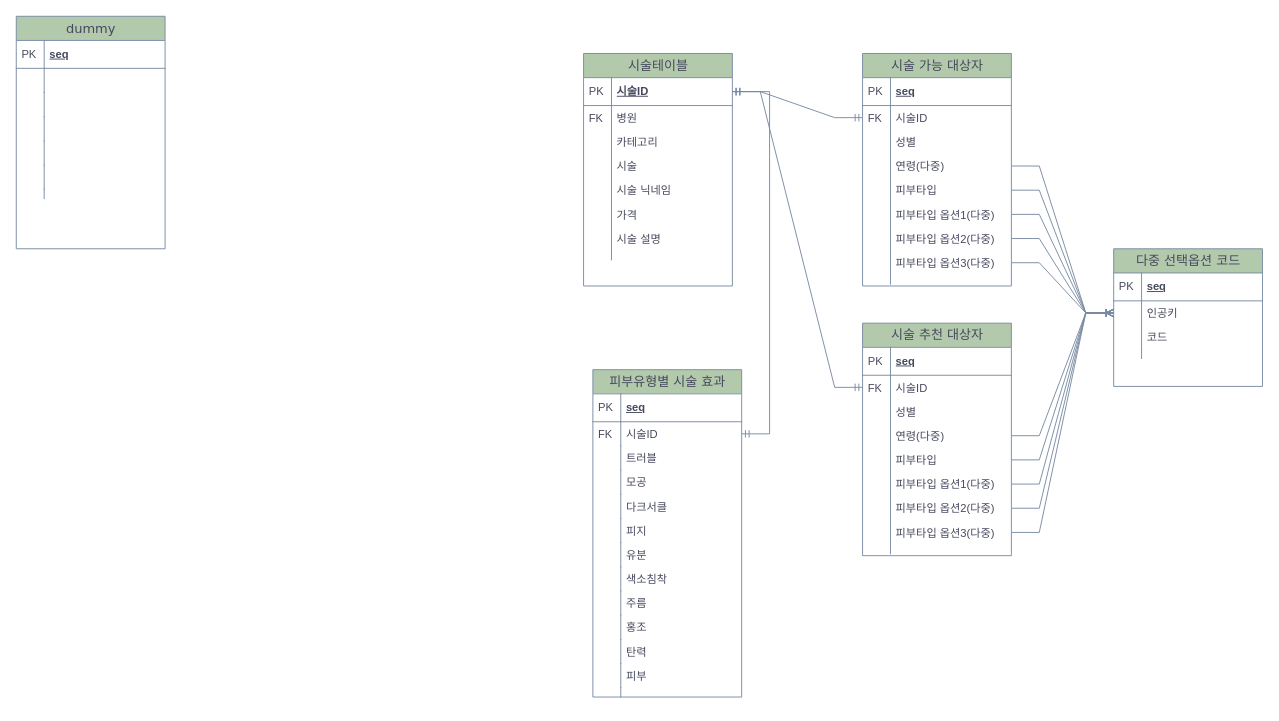
Before: 제목 없는 다이어그램.drawio in minkyu1128/DomainDesign, a draw.io diagram. Source tidied: cells renumbered, new cells numbered last; positions are measured from the earlier drawing's top-left corner, leaving out a move shared by most shapes. Both pictures are drawn from the tidied source at 93%, with x=0, y=0 at pixel (16, 16).
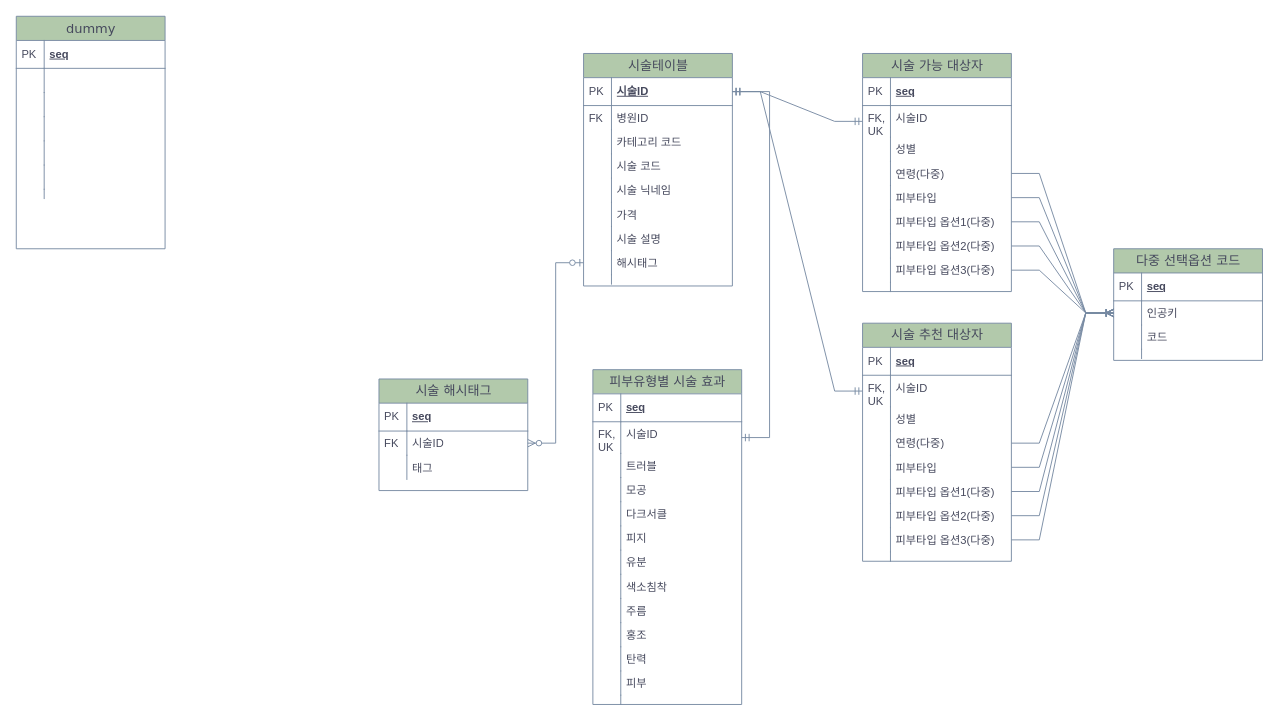
After the change.

Commit message (it also covers changes not shown here):
제목 없는 다이어그램.drawio 업데이트

The change refers to these unchanged cells:
```xml
<mxCell id="82" value="시술테이블" style="swimlane;html=1;fontStyle=0;horizontal=1;startSize=26;fillColor=#B2C9AB;swimlaneFillColor=#ffffff;align=center;rounded=0;shadow=0;comic=0;labelBackgroundColor=none;strokeWidth=1;fontFamily=Verdana;fontSize=14;strokeColor=#788AA3;fontColor=#46495D;" parent="1" vertex="1">
  <mxGeometry x="610" y="40" width="160" height="250" as="geometry" />
</mxCell>
```

What changed in the source:
```diff
@@
     <mxCell id="2" value="시술 가능 대상자" style="swimlane;html=1;fontStyle=0;horizontal=1;startSize=26;fillColor=#B2C9AB;swimlaneFillColor=#ffffff;align=center;rounded=0;shadow=0;comic=0;labelBackgroundColor=none;strokeWidth=1;fontFamily=Verdana;fontSize=14;strokeColor=#788AA3;fontColor=#46495D;" parent="1" vertex="1">
-      <mxGeometry x="910" y="40" width="160" height="250" as="geometry" />
+      <mxGeometry x="910" y="40" width="160" height="256" as="geometry" />
     </mxCell>
@@
     <mxCell id="5" value="시술ID" style="shape=partialRectangle;top=0;left=0;right=0;bottom=0;html=1;align=left;verticalAlign=top;fillColor=none;spacingLeft=34;spacingRight=4;whiteSpace=wrap;overflow=hidden;points=[[0,0.5],[1,0.5]];portConstraint=eastwest;labelBackgroundColor=none;strokeColor=#788AA3;fontColor=#46495D;" parent="2" vertex="1">
-      <mxGeometry y="56" width="160" height="26" as="geometry" />
+      <mxGeometry y="56" width="160" height="34" as="geometry" />
     </mxCell>
-    <mxCell id="6" value="FK" style="shape=partialRectangle;top=0;left=0;bottom=0;html=1;fillColor=none;align=left;verticalAlign=top;spacingLeft=4;spacingRight=4;whiteSpace=wrap;overflow=hidden;labelBackgroundColor=none;strokeColor=#788AA3;fontColor=#46495D;" parent="5" vertex="1">
-      <mxGeometry width="30" height="26" as="geometry" />
+    <mxCell id="6" value="FK, UK" style="shape=partialRectangle;top=0;left=0;bottom=0;html=1;fillColor=none;align=left;verticalAlign=top;spacingLeft=4;spacingRight=4;whiteSpace=wrap;overflow=hidden;labelBackgroundColor=none;strokeColor=#788AA3;fontColor=#46495D;" parent="5" vertex="1">
+      <mxGeometry width="30" height="34" as="geometry" />
     </mxCell>
     <mxCell id="7" value="성별" style="shape=partialRectangle;top=0;left=0;right=0;bottom=0;html=1;align=left;verticalAlign=top;fillColor=none;spacingLeft=34;spacingRight=4;whiteSpace=wrap;overflow=hidden;labelBackgroundColor=none;strokeColor=#788AA3;fontColor=#46495D;" parent="2" vertex="1">
-      <mxGeometry y="82" width="160" height="26" as="geometry" />
+      <mxGeometry y="90" width="160" height="26" as="geometry" />
     </mxCell>
@@
     <mxCell id="9" value="연령(다중)" style="shape=partialRectangle;top=0;left=0;right=0;bottom=0;html=1;align=left;verticalAlign=top;fillColor=none;spacingLeft=34;spacingRight=4;whiteSpace=wrap;overflow=hidden;points=[[0,0.5],[1,0.5]];portConstraint=eastwest;labelBackgroundColor=none;strokeColor=#788AA3;fontColor=#46495D;" parent="2" vertex="1">
-      <mxGeometry y="108" width="160" height="26" as="geometry" />
+      <mxGeometry y="116" width="160" height="26" as="geometry" />
     </mxCell>
@@
     <mxCell id="11" value="피부타입" style="shape=partialRectangle;top=0;left=0;right=0;bottom=0;html=1;align=left;verticalAlign=top;fillColor=none;spacingLeft=34;spacingRight=4;whiteSpace=wrap;overflow=hidden;points=[[0,0.5],[1,0.5]];portConstraint=eastwest;labelBackgroundColor=none;strokeColor=#788AA3;fontColor=#46495D;" parent="2" vertex="1">
-      <mxGeometry y="134" width="160" height="26" as="geometry" />
+      <mxGeometry y="142" width="160" height="26" as="geometry" />
     </mxCell>
@@
     <mxCell id="13" value="피부타입 옵션1(다중)" style="shape=partialRectangle;top=0;left=0;right=0;bottom=0;html=1;align=left;verticalAlign=top;fillColor=none;spacingLeft=34;spacingRight=4;whiteSpace=wrap;overflow=hidden;points=[[0,0.5],[1,0.5]];portConstraint=eastwest;labelBackgroundColor=none;strokeColor=#788AA3;fontColor=#46495D;" parent="2" vertex="1">
-      <mxGeometry y="160" width="160" height="26" as="geometry" />
+      <mxGeometry y="168" width="160" height="26" as="geometry" />
     </mxCell>
@@
     <mxCell id="15" value="피부타입 옵션2(다중)" style="shape=partialRectangle;top=0;left=0;right=0;bottom=0;html=1;align=left;verticalAlign=top;fillColor=none;spacingLeft=34;spacingRight=4;whiteSpace=wrap;overflow=hidden;points=[[0,0.5],[1,0.5]];portConstraint=eastwest;labelBackgroundColor=none;strokeColor=#788AA3;fontColor=#46495D;" parent="2" vertex="1">
-      <mxGeometry y="186" width="160" height="26" as="geometry" />
+      <mxGeometry y="194" width="160" height="26" as="geometry" />
     </mxCell>
@@
     <mxCell id="17" value="피부타입 옵션3(다중)" style="shape=partialRectangle;top=0;left=0;right=0;bottom=0;html=1;align=left;verticalAlign=top;fillColor=none;spacingLeft=34;spacingRight=4;whiteSpace=wrap;overflow=hidden;points=[[0,0.5],[1,0.5]];portConstraint=eastwest;labelBackgroundColor=none;strokeColor=#788AA3;fontColor=#46495D;" parent="2" vertex="1">
-      <mxGeometry y="212" width="160" height="26" as="geometry" />
+      <mxGeometry y="220" width="160" height="26" as="geometry" />
     </mxCell>
@@
     <mxCell id="19" style="shape=partialRectangle;top=0;left=0;right=0;bottom=0;html=1;align=left;verticalAlign=top;fillColor=none;spacingLeft=34;spacingRight=4;whiteSpace=wrap;overflow=hidden;labelBackgroundColor=none;strokeColor=#788AA3;fontColor=#46495D;" parent="2" vertex="1">
-      <mxGeometry y="238" width="160" height="10" as="geometry" />
+      <mxGeometry y="246" width="160" height="10" as="geometry" />
     </mxCell>
@@
     <mxCell id="21" value="시술 추천 대상자" style="swimlane;html=1;fontStyle=0;horizontal=1;startSize=26;fillColor=#B2C9AB;swimlaneFillColor=#ffffff;align=center;rounded=0;shadow=0;comic=0;labelBackgroundColor=none;strokeWidth=1;fontFamily=Verdana;fontSize=14;strokeColor=#788AA3;fontColor=#46495D;" parent="1" vertex="1">
-      <mxGeometry x="910" y="330" width="160" height="250" as="geometry" />
+      <mxGeometry x="910" y="330" width="160" height="256" as="geometry" />
     </mxCell>
@@
     <mxCell id="24" value="시술ID" style="shape=partialRectangle;top=0;left=0;right=0;bottom=0;html=1;align=left;verticalAlign=top;fillColor=none;spacingLeft=34;spacingRight=4;whiteSpace=wrap;overflow=hidden;points=[[0,0.5],[1,0.5]];portConstraint=eastwest;labelBackgroundColor=none;strokeColor=#788AA3;fontColor=#46495D;" parent="21" vertex="1">
-      <mxGeometry y="56" width="160" height="26" as="geometry" />
+      <mxGeometry y="56" width="160" height="34" as="geometry" />
     </mxCell>
-    <mxCell id="25" value="FK" style="shape=partialRectangle;top=0;left=0;bottom=0;html=1;fillColor=none;align=left;verticalAlign=top;spacingLeft=4;spacingRight=4;whiteSpace=wrap;overflow=hidden;labelBackgroundColor=none;strokeColor=#788AA3;fontColor=#46495D;" parent="24" vertex="1">
-      <mxGeometry width="30" height="26" as="geometry" />
+    <mxCell id="25" value="FK, UK" style="shape=partialRectangle;top=0;left=0;bottom=0;html=1;fillColor=none;align=left;verticalAlign=top;spacingLeft=4;spacingRight=4;whiteSpace=wrap;overflow=hidden;labelBackgroundColor=none;strokeColor=#788AA3;fontColor=#46495D;" parent="24" vertex="1">
+      <mxGeometry width="30" height="34" as="geometry" />
     </mxCell>
     <mxCell id="26" value="성별" style="shape=partialRectangle;top=0;left=0;right=0;bottom=0;html=1;align=left;verticalAlign=top;fillColor=none;spacingLeft=34;spacingRight=4;whiteSpace=wrap;overflow=hidden;labelBackgroundColor=none;strokeColor=#788AA3;fontColor=#46495D;" parent="21" vertex="1">
-      <mxGeometry y="82" width="160" height="26" as="geometry" />
+      <mxGeometry y="90" width="160" height="26" as="geometry" />
     </mxCell>
@@
     <mxCell id="28" value="연령(다중)" style="shape=partialRectangle;top=0;left=0;right=0;bottom=0;html=1;align=left;verticalAlign=top;fillColor=none;spacingLeft=34;spacingRight=4;whiteSpace=wrap;overflow=hidden;points=[[0,0.5],[1,0.5]];portConstraint=eastwest;labelBackgroundColor=none;strokeColor=#788AA3;fontColor=#46495D;" parent="21" vertex="1">
-      <mxGeometry y="108" width="160" height="26" as="geometry" />
+      <mxGeometry y="116" width="160" height="26" as="geometry" />
     </mxCell>
@@
     <mxCell id="30" value="피부타입" style="shape=partialRectangle;top=0;left=0;right=0;bottom=0;html=1;align=left;verticalAlign=top;fillColor=none;spacingLeft=34;spacingRight=4;whiteSpace=wrap;overflow=hidden;points=[[0,0.5],[1,0.5]];portConstraint=eastwest;labelBackgroundColor=none;strokeColor=#788AA3;fontColor=#46495D;" parent="21" vertex="1">
-      <mxGeometry y="134" width="160" height="26" as="geometry" />
+      <mxGeometry y="142" width="160" height="26" as="geometry" />
     </mxCell>
@@
     <mxCell id="32" value="피부타입 옵션1(다중)" style="shape=partialRectangle;top=0;left=0;right=0;bottom=0;html=1;align=left;verticalAlign=top;fillColor=none;spacingLeft=34;spacingRight=4;whiteSpace=wrap;overflow=hidden;points=[[0,0.5],[1,0.5]];portConstraint=eastwest;labelBackgroundColor=none;strokeColor=#788AA3;fontColor=#46495D;" parent="21" vertex="1">
-      <mxGeometry y="160" width="160" height="26" as="geometry" />
+      <mxGeometry y="168" width="160" height="26" as="geometry" />
     </mxCell>
@@
     <mxCell id="34" value="피부타입 옵션2(다중)" style="shape=partialRectangle;top=0;left=0;right=0;bottom=0;html=1;align=left;verticalAlign=top;fillColor=none;spacingLeft=34;spacingRight=4;whiteSpace=wrap;overflow=hidden;points=[[0,0.5],[1,0.5]];portConstraint=eastwest;labelBackgroundColor=none;strokeColor=#788AA3;fontColor=#46495D;" parent="21" vertex="1">
-      <mxGeometry y="186" width="160" height="26" as="geometry" />
+      <mxGeometry y="194" width="160" height="26" as="geometry" />
     </mxCell>
@@
     <mxCell id="36" value="피부타입 옵션3(다중)" style="shape=partialRectangle;top=0;left=0;right=0;bottom=0;html=1;align=left;verticalAlign=top;fillColor=none;spacingLeft=34;spacingRight=4;whiteSpace=wrap;overflow=hidden;points=[[0,0.5],[1,0.5]];portConstraint=eastwest;labelBackgroundColor=none;strokeColor=#788AA3;fontColor=#46495D;" parent="21" vertex="1">
-      <mxGeometry y="212" width="160" height="26" as="geometry" />
+      <mxGeometry y="220" width="160" height="26" as="geometry" />
     </mxCell>
@@
     <mxCell id="38" style="shape=partialRectangle;top=0;left=0;right=0;bottom=0;html=1;align=left;verticalAlign=top;fillColor=none;spacingLeft=34;spacingRight=4;whiteSpace=wrap;overflow=hidden;labelBackgroundColor=none;strokeColor=#788AA3;fontColor=#46495D;" parent="21" vertex="1">
-      <mxGeometry y="238" width="160" height="10" as="geometry" />
+      <mxGeometry y="246" width="160" height="10" as="geometry" />
     </mxCell>
@@
     <mxCell id="40" value="피부유형별 시술 효과" style="swimlane;html=1;fontStyle=0;horizontal=1;startSize=26;fillColor=#B2C9AB;swimlaneFillColor=#ffffff;align=center;rounded=0;shadow=0;comic=0;labelBackgroundColor=none;strokeWidth=1;fontFamily=Verdana;fontSize=14;strokeColor=#788AA3;fontColor=#46495D;" parent="1" vertex="1">
-      <mxGeometry x="620" y="380" width="160" height="352" as="geometry" />
+      <mxGeometry x="620" y="380" width="160" height="360" as="geometry" />
     </mxCell>
@@
     <mxCell id="43" value="시술ID" style="shape=partialRectangle;top=0;left=0;right=0;bottom=0;html=1;align=left;verticalAlign=top;fillColor=none;spacingLeft=34;spacingRight=4;whiteSpace=wrap;overflow=hidden;points=[[0,0.5],[1,0.5]];portConstraint=eastwest;labelBackgroundColor=none;strokeColor=#788AA3;fontColor=#46495D;" parent="40" vertex="1">
-      <mxGeometry y="56" width="160" height="26" as="geometry" />
+      <mxGeometry y="56" width="160" height="34" as="geometry" />
     </mxCell>
-    <mxCell id="44" value="FK" style="shape=partialRectangle;top=0;left=0;bottom=0;html=1;fillColor=none;align=left;verticalAlign=top;spacingLeft=4;spacingRight=4;whiteSpace=wrap;overflow=hidden;labelBackgroundColor=none;strokeColor=#788AA3;fontColor=#46495D;" parent="43" vertex="1">
-      <mxGeometry width="30" height="26" as="geometry" />
+    <mxCell id="44" value="FK, UK" style="shape=partialRectangle;top=0;left=0;bottom=0;html=1;fillColor=none;align=left;verticalAlign=top;spacingLeft=4;spacingRight=4;whiteSpace=wrap;overflow=hidden;labelBackgroundColor=none;strokeColor=#788AA3;fontColor=#46495D;" parent="43" vertex="1">
+      <mxGeometry width="30" height="34" as="geometry" />
     </mxCell>
     <mxCell id="45" value="트러블" style="shape=partialRectangle;top=0;left=0;right=0;bottom=0;html=1;align=left;verticalAlign=top;fillColor=none;spacingLeft=34;spacingRight=4;whiteSpace=wrap;overflow=hidden;labelBackgroundColor=none;strokeColor=#788AA3;fontColor=#46495D;" parent="40" vertex="1">
-      <mxGeometry y="82" width="160" height="26" as="geometry" />
+      <mxGeometry y="90" width="160" height="26" as="geometry" />
     </mxCell>
@@
     <mxCell id="47" value="모공&amp;nbsp;" style="shape=partialRectangle;top=0;left=0;right=0;bottom=0;html=1;align=left;verticalAlign=top;fillColor=none;spacingLeft=34;spacingRight=4;whiteSpace=wrap;overflow=hidden;labelBackgroundColor=none;strokeColor=#788AA3;fontColor=#46495D;" parent="40" vertex="1">
-      <mxGeometry y="108" width="160" height="26" as="geometry" />
+      <mxGeometry y="116" width="160" height="26" as="geometry" />
     </mxCell>
@@
     <mxCell id="49" value="다크서클" style="shape=partialRectangle;top=0;left=0;right=0;bottom=0;html=1;align=left;verticalAlign=top;fillColor=none;spacingLeft=34;spacingRight=4;whiteSpace=wrap;overflow=hidden;labelBackgroundColor=none;strokeColor=#788AA3;fontColor=#46495D;" parent="40" vertex="1">
-      <mxGeometry y="134" width="160" height="26" as="geometry" />
+      <mxGeometry y="142" width="160" height="26" as="geometry" />
     </mxCell>
@@
     <mxCell id="51" value="피지" style="shape=partialRectangle;top=0;left=0;right=0;bottom=0;html=1;align=left;verticalAlign=top;fillColor=none;spacingLeft=34;spacingRight=4;whiteSpace=wrap;overflow=hidden;labelBackgroundColor=none;strokeColor=#788AA3;fontColor=#46495D;" parent="40" vertex="1">
-      <mxGeometry y="160" width="160" height="26" as="geometry" />
+      <mxGeometry y="168" width="160" height="26" as="geometry" />
     </mxCell>
@@
     <mxCell id="53" value="유분" style="shape=partialRectangle;top=0;left=0;right=0;bottom=0;html=1;align=left;verticalAlign=top;fillColor=none;spacingLeft=34;spacingRight=4;whiteSpace=wrap;overflow=hidden;labelBackgroundColor=none;strokeColor=#788AA3;fontColor=#46495D;" parent="40" vertex="1">
-      <mxGeometry y="186" width="160" height="26" as="geometry" />
+      <mxGeometry y="194" width="160" height="26" as="geometry" />
     </mxCell>
@@
     <mxCell id="55" value="색소침착" style="shape=partialRectangle;top=0;left=0;right=0;bottom=0;html=1;align=left;verticalAlign=top;fillColor=none;spacingLeft=34;spacingRight=4;whiteSpace=wrap;overflow=hidden;labelBackgroundColor=none;strokeColor=#788AA3;fontColor=#46495D;" parent="40" vertex="1">
-      <mxGeometry y="212" width="160" height="26" as="geometry" />
+      <mxGeometry y="220" width="160" height="26" as="geometry" />
     </mxCell>
@@
     <mxCell id="57" value="주름" style="shape=partialRectangle;top=0;left=0;right=0;bottom=0;html=1;align=left;verticalAlign=top;fillColor=none;spacingLeft=34;spacingRight=4;whiteSpace=wrap;overflow=hidden;labelBackgroundColor=none;strokeColor=#788AA3;fontColor=#46495D;" parent="40" vertex="1">
-      <mxGeometry y="238" width="160" height="26" as="geometry" />
+      <mxGeometry y="246" width="160" height="26" as="geometry" />
     </mxCell>
@@
     <mxCell id="59" value="홍조" style="shape=partialRectangle;top=0;left=0;right=0;bottom=0;html=1;align=left;verticalAlign=top;fillColor=none;spacingLeft=34;spacingRight=4;whiteSpace=wrap;overflow=hidden;labelBackgroundColor=none;strokeColor=#788AA3;fontColor=#46495D;" parent="40" vertex="1">
-      <mxGeometry y="264" width="160" height="26" as="geometry" />
+      <mxGeometry y="272" width="160" height="26" as="geometry" />
     </mxCell>
@@
     <mxCell id="61" value="탄력" style="shape=partialRectangle;top=0;left=0;right=0;bottom=0;html=1;align=left;verticalAlign=top;fillColor=none;spacingLeft=34;spacingRight=4;whiteSpace=wrap;overflow=hidden;labelBackgroundColor=none;strokeColor=#788AA3;fontColor=#46495D;" parent="40" vertex="1">
-      <mxGeometry y="290" width="160" height="26" as="geometry" />
+      <mxGeometry y="298" width="160" height="26" as="geometry" />
     </mxCell>
@@
     <mxCell id="63" value="피부" style="shape=partialRectangle;top=0;left=0;right=0;bottom=0;html=1;align=left;verticalAlign=top;fillColor=none;spacingLeft=34;spacingRight=4;whiteSpace=wrap;overflow=hidden;labelBackgroundColor=none;strokeColor=#788AA3;fontColor=#46495D;" parent="40" vertex="1">
-      <mxGeometry y="316" width="160" height="26" as="geometry" />
+      <mxGeometry y="324" width="160" height="26" as="geometry" />
     </mxCell>
@@
     <mxCell id="65" style="shape=partialRectangle;top=0;left=0;right=0;bottom=0;html=1;align=left;verticalAlign=top;fillColor=none;spacingLeft=34;spacingRight=4;whiteSpace=wrap;overflow=hidden;labelBackgroundColor=none;strokeColor=#788AA3;fontColor=#46495D;" parent="40" vertex="1">
-      <mxGeometry y="342" width="160" height="10" as="geometry" />
+      <mxGeometry y="350" width="160" height="10" as="geometry" />
     </mxCell>
@@
-    <mxCell id="85" value="병원" style="shape=partialRectangle;top=0;left=0;right=0;bottom=0;html=1;align=left;verticalAlign=top;fillColor=none;spacingLeft=34;spacingRight=4;whiteSpace=wrap;overflow=hidden;labelBackgroundColor=none;strokeColor=#788AA3;fontColor=#46495D;" parent="82" vertex="1">
+    <mxCell id="85" value="병원ID" style="shape=partialRectangle;top=0;left=0;right=0;bottom=0;html=1;align=left;verticalAlign=top;fillColor=none;spacingLeft=34;spacingRight=4;whiteSpace=wrap;overflow=hidden;labelBackgroundColor=none;strokeColor=#788AA3;fontColor=#46495D;" parent="82" vertex="1">
       <mxGeometry y="56" width="160" height="26" as="geometry" />
     </mxCell>
@@
-    <mxCell id="87" value="카테고리" style="shape=partialRectangle;top=0;left=0;right=0;bottom=0;html=1;align=left;verticalAlign=top;fillColor=none;spacingLeft=34;spacingRight=4;whiteSpace=wrap;overflow=hidden;labelBackgroundColor=none;strokeColor=#788AA3;fontColor=#46495D;" parent="82" vertex="1">
+    <mxCell id="87" value="카테고리 코드" style="shape=partialRectangle;top=0;left=0;right=0;bottom=0;html=1;align=left;verticalAlign=top;fillColor=none;spacingLeft=34;spacingRight=4;whiteSpace=wrap;overflow=hidden;labelBackgroundColor=none;strokeColor=#788AA3;fontColor=#46495D;" parent="82" vertex="1">
       <mxGeometry y="82" width="160" height="26" as="geometry" />
     </mxCell>
@@
-    <mxCell id="89" value="시술" style="shape=partialRectangle;top=0;left=0;right=0;bottom=0;html=1;align=left;verticalAlign=top;fillColor=none;spacingLeft=34;spacingRight=4;whiteSpace=wrap;overflow=hidden;labelBackgroundColor=none;strokeColor=#788AA3;fontColor=#46495D;" parent="82" vertex="1">
+    <mxCell id="89" value="시술 코드" style="shape=partialRectangle;top=0;left=0;right=0;bottom=0;html=1;align=left;verticalAlign=top;fillColor=none;spacingLeft=34;spacingRight=4;whiteSpace=wrap;overflow=hidden;labelBackgroundColor=none;strokeColor=#788AA3;fontColor=#46495D;" parent="82" vertex="1">
       <mxGeometry y="108" width="160" height="26" as="geometry" />
     </mxCell>
@@
+    <mxCell id="121" value="해시태그" style="shape=partialRectangle;top=0;left=0;right=0;bottom=0;html=1;align=left;verticalAlign=top;fillColor=none;spacingLeft=34;spacingRight=4;whiteSpace=wrap;overflow=hidden;points=[[0,0.5],[1,0.5]];portConstraint=eastwest;labelBackgroundColor=none;strokeColor=#788AA3;fontColor=#46495D;" parent="82" vertex="1">
+      <mxGeometry y="212" width="160" height="26" as="geometry" />
+    </mxCell>
+    <mxCell id="122" style="shape=partialRectangle;top=0;left=0;bottom=0;html=1;fillColor=none;align=left;verticalAlign=top;spacingLeft=4;spacingRight=4;whiteSpace=wrap;overflow=hidden;labelBackgroundColor=none;strokeColor=#788AA3;fontColor=#46495D;" parent="121" vertex="1">
+      <mxGeometry width="30" height="26" as="geometry" />
+    </mxCell>
     <mxCell id="97" style="shape=partialRectangle;top=0;left=0;right=0;bottom=0;html=1;align=left;verticalAlign=top;fillColor=none;spacingLeft=34;spacingRight=4;whiteSpace=wrap;overflow=hidden;labelBackgroundColor=none;strokeColor=#788AA3;fontColor=#46495D;" parent="82" vertex="1">
-      <mxGeometry y="212" width="160" height="10" as="geometry" />
+      <mxGeometry y="238" width="160" height="10" as="geometry" />
     </mxCell>
@@
     <mxCell id="99" value="다중 선택옵션 코드" style="swimlane;html=1;fontStyle=0;horizontal=1;startSize=26;fillColor=#B2C9AB;swimlaneFillColor=#ffffff;align=center;rounded=0;shadow=0;comic=0;labelBackgroundColor=none;strokeWidth=1;fontFamily=Verdana;fontSize=14;strokeColor=#788AA3;fontColor=#46495D;" parent="1" vertex="1">
-      <mxGeometry x="1180" y="250" width="160" height="148" as="geometry" />
+      <mxGeometry x="1180" y="250" width="160" height="120" as="geometry" />
     </mxCell>
@@
+    <mxCell id="123" value="시술 해시태그" style="swimlane;html=1;fontStyle=0;horizontal=1;startSize=26;fillColor=#B2C9AB;swimlaneFillColor=#ffffff;align=center;rounded=0;shadow=0;comic=0;labelBackgroundColor=none;strokeWidth=1;fontFamily=Verdana;fontSize=14;strokeColor=#788AA3;fontColor=#46495D;" parent="1" vertex="1">
+      <mxGeometry x="390" y="390" width="160" height="120" as="geometry" />
+    </mxCell>
+    <mxCell id="124" value="seq" style="shape=partialRectangle;top=0;left=0;right=0;bottom=1;html=1;align=left;verticalAlign=middle;fillColor=none;spacingLeft=34;spacingRight=4;whiteSpace=wrap;overflow=hidden;fontStyle=5;labelBackgroundColor=none;strokeColor=#788AA3;fontColor=#46495D;" parent="123" vertex="1">
+      <mxGeometry y="26" width="160" height="30" as="geometry" />
+    </mxCell>
+    <mxCell id="125" value="PK" style="shape=partialRectangle;top=0;left=0;bottom=0;html=1;fillColor=none;align=left;verticalAlign=middle;spacingLeft=4;spacingRight=4;whiteSpace=wrap;overflow=hidden;labelBackgroundColor=none;strokeColor=#788AA3;fontColor=#46495D;" parent="124" vertex="1">
+      <mxGeometry width="30" height="30" as="geometry" />
+    </mxCell>
+    <mxCell id="126" value="시술ID" style="shape=partialRectangle;top=0;left=0;right=0;bottom=0;html=1;align=left;verticalAlign=top;fillColor=none;spacingLeft=34;spacingRight=4;whiteSpace=wrap;overflow=hidden;points=[[0,0.5],[1,0.5]];portConstraint=eastwest;labelBackgroundColor=none;strokeColor=#788AA3;fontColor=#46495D;" parent="123" vertex="1">
+      <mxGeometry y="56" width="160" height="26" as="geometry" />
+    </mxCell>
+    <mxCell id="127" value="FK" style="shape=partialRectangle;top=0;left=0;bottom=0;html=1;fillColor=none;align=left;verticalAlign=top;spacingLeft=4;spacingRight=4;whiteSpace=wrap;overflow=hidden;labelBackgroundColor=none;strokeColor=#788AA3;fontColor=#46495D;" parent="126" vertex="1">
+      <mxGeometry width="30" height="26" as="geometry" />
+    </mxCell>
+    <mxCell id="128" value="태그" style="shape=partialRectangle;top=0;left=0;right=0;bottom=0;html=1;align=left;verticalAlign=top;fillColor=none;spacingLeft=34;spacingRight=4;whiteSpace=wrap;overflow=hidden;labelBackgroundColor=none;strokeColor=#788AA3;fontColor=#46495D;" parent="123" vertex="1">
+      <mxGeometry y="82" width="160" height="26" as="geometry" />
+    </mxCell>
+    <mxCell id="129" style="shape=partialRectangle;top=0;left=0;bottom=0;html=1;fillColor=none;align=left;verticalAlign=top;spacingLeft=4;spacingRight=4;whiteSpace=wrap;overflow=hidden;labelBackgroundColor=none;strokeColor=#788AA3;fontColor=#46495D;" parent="128" vertex="1">
+      <mxGeometry width="30" height="26" as="geometry" />
+    </mxCell>
+    <mxCell id="130" style="edgeStyle=entityRelationEdgeStyle;fontSize=12;html=1;endArrow=ERzeroToMany;startArrow=ERzeroToOne;rounded=0;strokeColor=#788AA3;fontColor=#46495D;fillColor=#B2C9AB;" parent="1" edge="1" source="121" target="126">
+      <mxGeometry relative="1" as="geometry" />
+    </mxCell>
```
